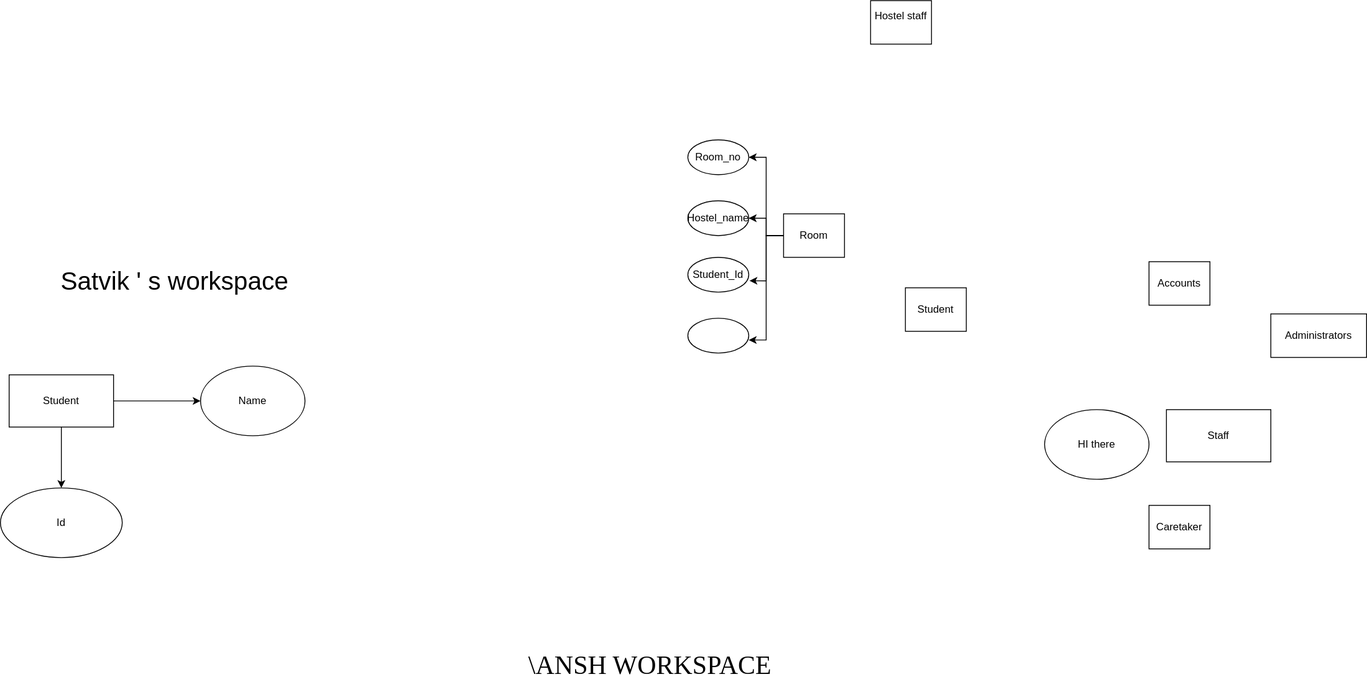
Above: hostel_management.drawio.svg in Zeven100/hostel_management (draw.io), before the change. Source tidied: cells renumbered, new cells last; positions are measured from the earlier drawing's top-left corner, leaving out a move shared by most shapes.
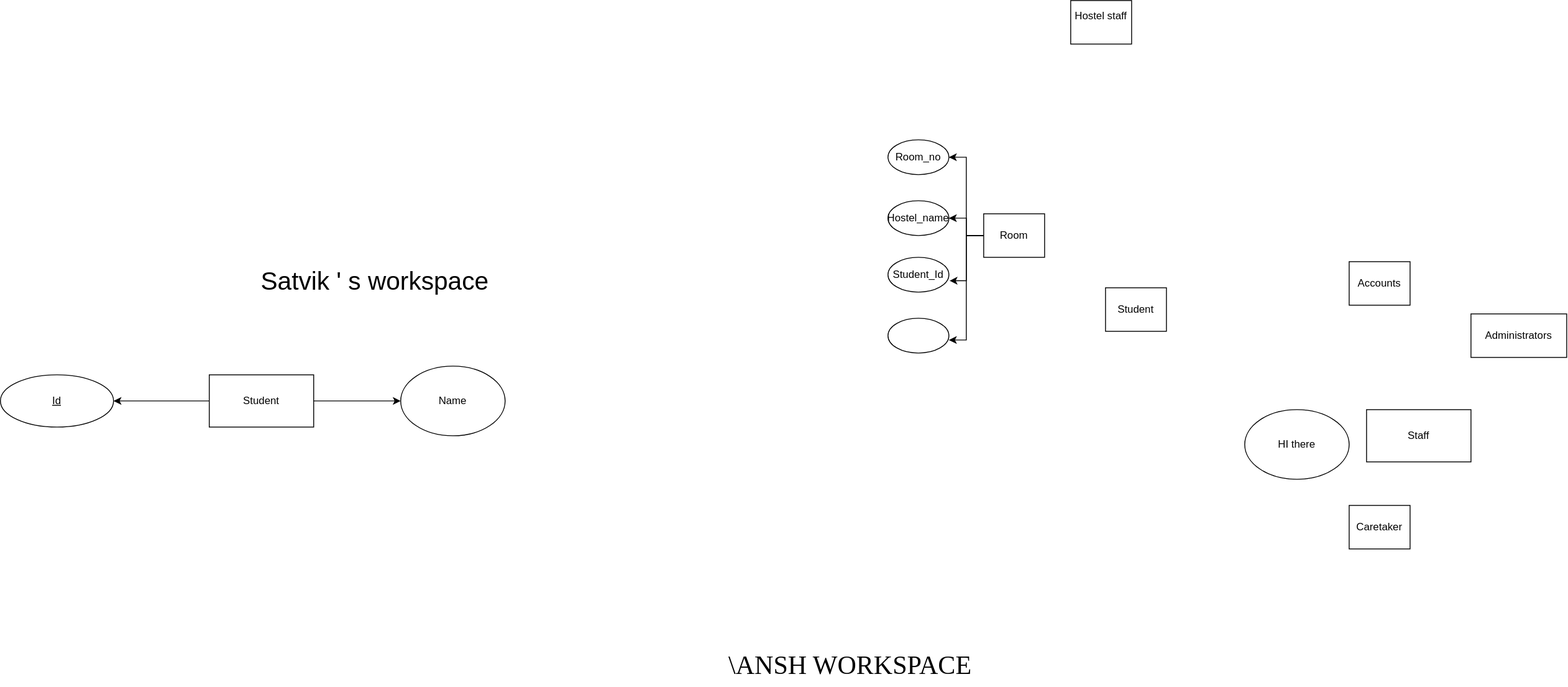
Later version of the same file.

Diff of the diagram source:
```diff
@@ -65,8 +65,8 @@
     <mxCell id="22" style="edgeStyle=orthogonalEdgeStyle;rounded=0;jettySize=auto;html=1;entryX=1;entryY=0.625;entryDx=0;entryDy=0;entryPerimeter=0;" parent="1" edge="1" source="8" target="16">
       <mxGeometry relative="1" as="geometry" />
     </mxCell>
-    <mxCell id="23" value="Id" style="ellipse;whiteSpace=wrap;html=1;rounded=0;" parent="1" vertex="1">
-      <mxGeometry y="560" width="140" height="80" as="geometry" />
+    <mxCell id="23" value="&lt;u&gt;Id&lt;/u&gt;" style="ellipse;whiteSpace=wrap;html=1;rounded=0;" parent="1" vertex="1">
+      <mxGeometry x="-230" y="430" width="130" height="60" as="geometry" />
     </mxCell>
     <mxCell id="24" value="\ANSH WORKSPACE&amp;nbsp;" style="text;html=1;align=center;verticalAlign=middle;strokeColor=none;fillColor=none;fontSize=30;fontFamily=Lucida Console;" parent="1" vertex="1">
       <mxGeometry x="595" y="738" width="310" height="50" as="geometry" />
```
